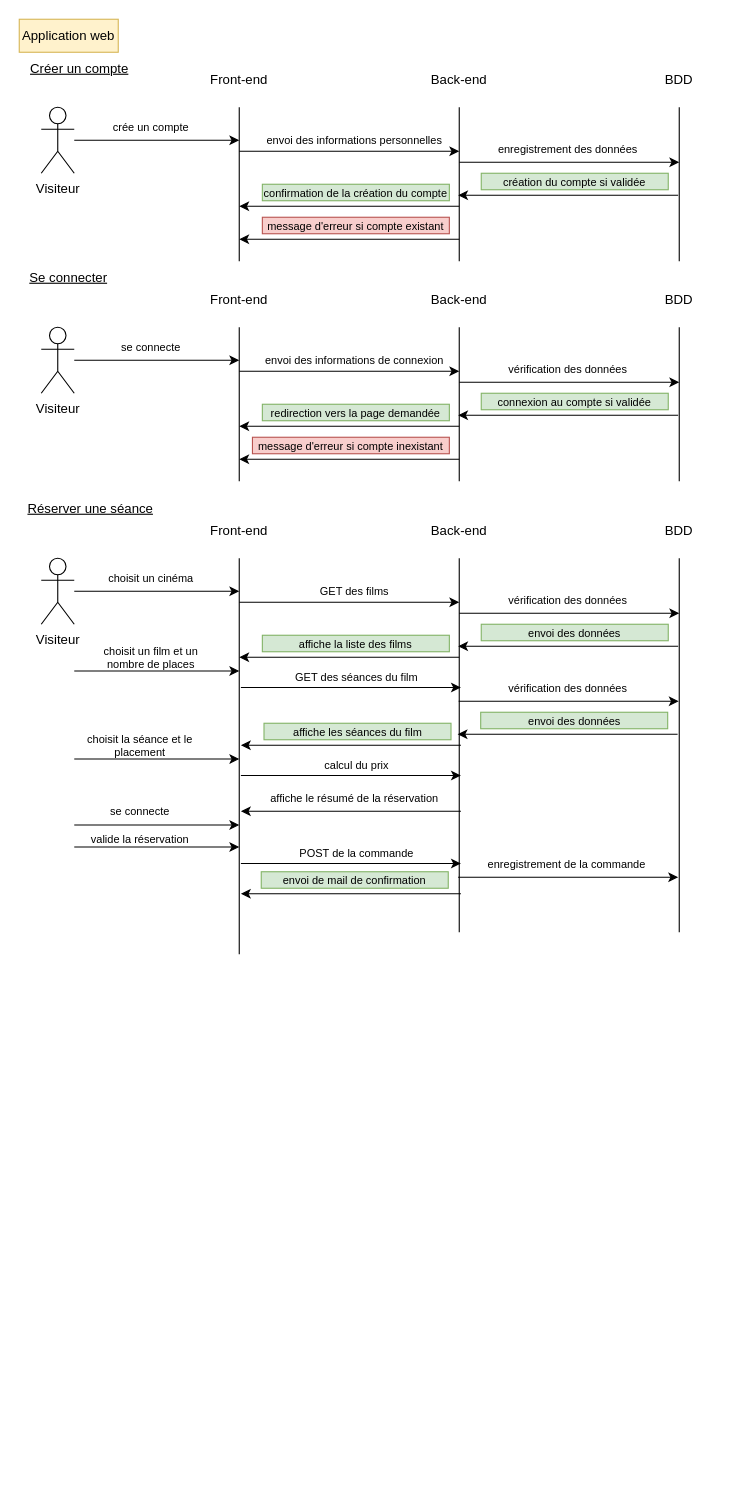
The draw.io diagram sequence_web.drawio in Thifanie/cinephoria, before the edit. Source tidied: cells renumbered, new cells numbered last; positions are measured from the earlier drawing's top-left corner, leaving out a move shared by most shapes. Both pictures are drawn from the tidied source at 110%, with x=0, y=0 at pixel (19, 19).
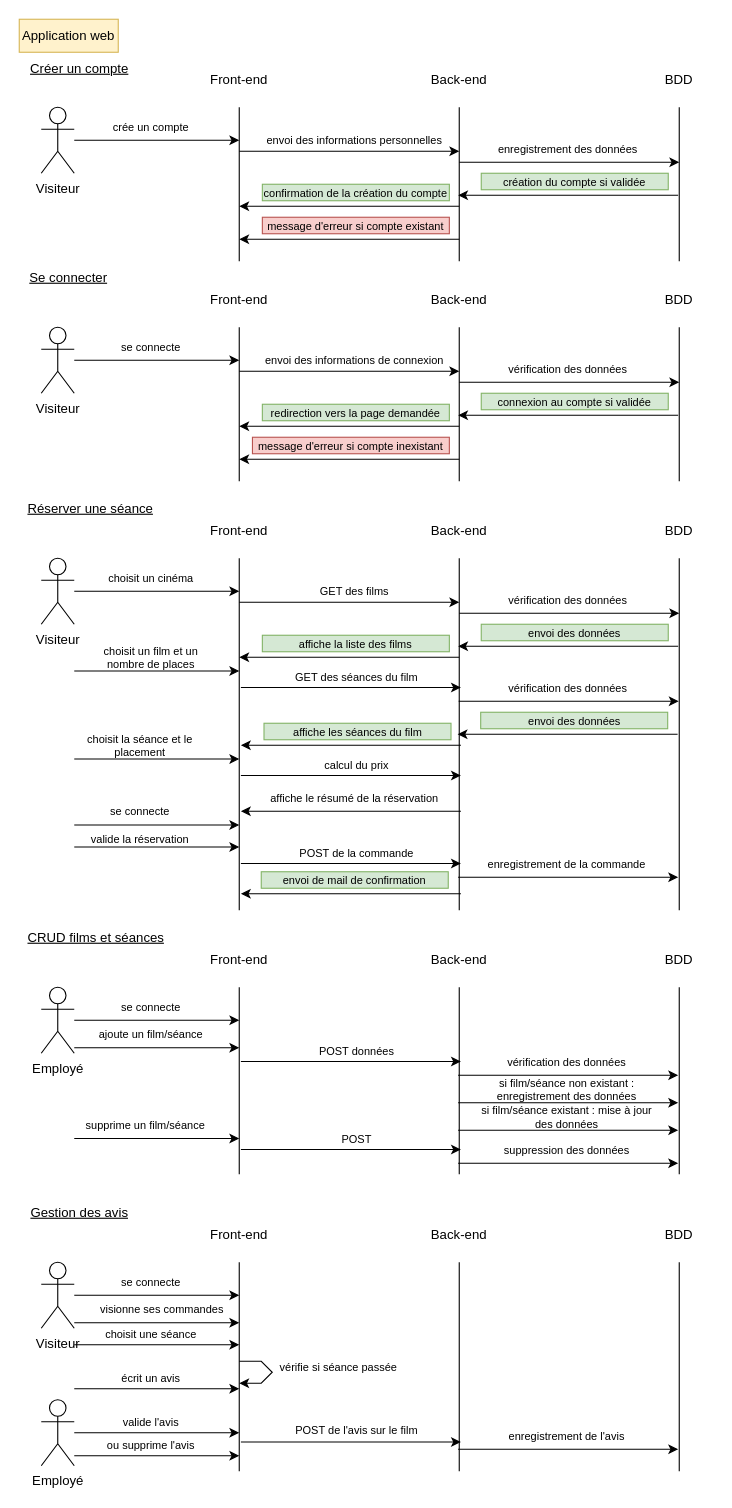
The same diagram, later.

Commit message:
Mettre à jour sequence_web.drawio

Change to the diagram source:
```diff
@@
     <mxCell id="46" style="endArrow=none;html=1;rounded=0;" parent="1" edge="1">
       <mxGeometry relative="1" as="geometry">
-        <mxPoint x="200" y="850" as="sourcePoint" />
+        <mxPoint x="200" y="810" as="sourcePoint" />
         <mxPoint x="200" y="490" as="targetPoint" />
       </mxGeometry>
     </mxCell>
     <mxCell id="47" style="endArrow=none;html=1;rounded=0;" parent="1" edge="1">
       <mxGeometry relative="1" as="geometry">
-        <mxPoint x="400" y="830" as="sourcePoint" />
+        <mxPoint x="400" y="810" as="sourcePoint" />
         <mxPoint x="400" y="490" as="targetPoint" />
       </mxGeometry>
     </mxCell>
     <mxCell id="48" style="endArrow=none;html=1;rounded=0;" parent="1" edge="1">
       <mxGeometry relative="1" as="geometry">
-        <mxPoint x="600" y="830" as="sourcePoint" />
+        <mxPoint x="600" y="810" as="sourcePoint" />
         <mxPoint x="600" y="490" as="targetPoint" />
       </mxGeometry>
     </mxCell>
@@
+    <mxCell id="87" value="CRUD films et séances" style="text;html=1;align=center;verticalAlign=middle;whiteSpace=wrap;rounded=0;fontStyle=4;" parent="1" vertex="1">
+      <mxGeometry y="820" width="140" height="30" as="geometry" />
+    </mxCell>
+    <mxCell id="88" style="edgeStyle=orthogonalEdgeStyle;rounded=0;jettySize=auto;html=1;" parent="1" edge="1" source="89">
+      <mxGeometry relative="1" as="geometry">
+        <mxPoint x="200" y="910" as="targetPoint" />
+      </mxGeometry>
+    </mxCell>
+    <mxCell id="89" value="Employé" style="shape=umlActor;verticalLabelPosition=bottom;verticalAlign=top;html=1;outlineConnect=0;" parent="1" vertex="1">
+      <mxGeometry x="20" y="880" width="30" height="60" as="geometry" />
+    </mxCell>
+    <mxCell id="90" style="endArrow=none;html=1;rounded=0;" parent="1" edge="1">
+      <mxGeometry relative="1" as="geometry">
+        <mxPoint x="200" y="1050" as="sourcePoint" />
+        <mxPoint x="200" y="880" as="targetPoint" />
+      </mxGeometry>
+    </mxCell>
+    <mxCell id="91" style="endArrow=none;html=1;rounded=0;" parent="1" edge="1">
+      <mxGeometry relative="1" as="geometry">
+        <mxPoint x="400" y="1050" as="sourcePoint" />
+        <mxPoint x="400" y="880" as="targetPoint" />
+      </mxGeometry>
+    </mxCell>
+    <mxCell id="92" style="endArrow=none;html=1;rounded=0;" parent="1" edge="1">
+      <mxGeometry relative="1" as="geometry">
+        <mxPoint x="600" y="1050" as="sourcePoint" />
+        <mxPoint x="600" y="880" as="targetPoint" />
+      </mxGeometry>
+    </mxCell>
+    <mxCell id="93" value="Front-end" style="text;html=1;align=center;verticalAlign=middle;whiteSpace=wrap;rounded=0;" parent="1" vertex="1">
+      <mxGeometry x="170" y="840" width="60" height="30" as="geometry" />
+    </mxCell>
+    <mxCell id="94" value="Back-end" style="text;html=1;align=center;verticalAlign=middle;whiteSpace=wrap;rounded=0;" parent="1" vertex="1">
+      <mxGeometry x="370" y="840" width="60" height="30" as="geometry" />
+    </mxCell>
+    <mxCell id="95" value="BDD" style="text;html=1;align=center;verticalAlign=middle;whiteSpace=wrap;rounded=0;" parent="1" vertex="1">
+      <mxGeometry x="570" y="840" width="60" height="30" as="geometry" />
+    </mxCell>
+    <mxCell id="96" value="se connecte" style="text;html=1;align=center;verticalAlign=middle;whiteSpace=wrap;rounded=0;fontSize=10;" parent="1" vertex="1">
+      <mxGeometry x="70" y="892.5" width="100" height="10" as="geometry" />
+    </mxCell>
+    <mxCell id="97" style="endArrow=classic;html=1;rounded=0;" parent="1" edge="1">
+      <mxGeometry relative="1" as="geometry">
+        <mxPoint x="201.5" y="947.5" as="sourcePoint" />
+        <mxPoint x="401.5" y="947.5" as="targetPoint" />
+      </mxGeometry>
+    </mxCell>
+    <mxCell id="98" value="POST données" style="text;html=1;align=center;verticalAlign=middle;whiteSpace=wrap;rounded=0;fontSize=10;" parent="1" vertex="1">
+      <mxGeometry x="221.5" y="930" width="170" height="15" as="geometry" />
+    </mxCell>
+    <mxCell id="99" style="endArrow=classic;html=1;rounded=0;" parent="1" edge="1">
+      <mxGeometry relative="1" as="geometry">
+        <mxPoint x="399" y="960" as="sourcePoint" />
+        <mxPoint x="599" y="960" as="targetPoint" />
+      </mxGeometry>
+    </mxCell>
+    <mxCell id="100" value="vérification des données" style="text;html=1;align=center;verticalAlign=middle;whiteSpace=wrap;rounded=0;fontSize=10;" parent="1" vertex="1">
+      <mxGeometry x="413" y="940" width="170" height="15" as="geometry" />
+    </mxCell>
+    <mxCell id="101" style="edgeStyle=orthogonalEdgeStyle;rounded=0;orthogonalLoop=1;jettySize=auto;html=1;" parent="1" edge="1">
+      <mxGeometry relative="1" as="geometry">
+        <mxPoint x="50" y="935" as="sourcePoint" />
+        <mxPoint x="200" y="935" as="targetPoint" />
+      </mxGeometry>
+    </mxCell>
+    <mxCell id="102" value="ajoute un film/séance" style="text;html=1;align=center;verticalAlign=middle;whiteSpace=wrap;rounded=0;fontSize=10;" parent="1" vertex="1">
+      <mxGeometry x="70" y="917.5" width="100" height="10" as="geometry" />
+    </mxCell>
+    <mxCell id="103" style="endArrow=classic;html=1;rounded=0;" parent="1" edge="1">
+      <mxGeometry relative="1" as="geometry">
+        <mxPoint x="399" y="1010" as="sourcePoint" />
+        <mxPoint x="599" y="1010" as="targetPoint" />
+      </mxGeometry>
+    </mxCell>
+    <mxCell id="104" value="si film/séance existant : mise à jour des données" style="text;html=1;align=center;verticalAlign=middle;whiteSpace=wrap;rounded=0;fontSize=10;" parent="1" vertex="1">
+      <mxGeometry x="413" y="990" width="170" height="15" as="geometry" />
+    </mxCell>
+    <mxCell id="105" style="edgeStyle=orthogonalEdgeStyle;rounded=0;orthogonalLoop=1;jettySize=auto;html=1;" parent="1" edge="1">
+      <mxGeometry relative="1" as="geometry">
+        <mxPoint x="50" y="1017.5" as="sourcePoint" />
+        <mxPoint x="200" y="1017.5" as="targetPoint" />
+      </mxGeometry>
+    </mxCell>
+    <mxCell id="106" value="supprime un film/séance" style="text;html=1;align=center;verticalAlign=middle;whiteSpace=wrap;rounded=0;fontSize=10;" parent="1" vertex="1">
+      <mxGeometry x="50" y="1000" width="130" height="10" as="geometry" />
+    </mxCell>
+    <mxCell id="107" style="endArrow=classic;html=1;rounded=0;" parent="1" edge="1">
+      <mxGeometry relative="1" as="geometry">
+        <mxPoint x="399" y="1040" as="sourcePoint" />
+        <mxPoint x="599" y="1040" as="targetPoint" />
+      </mxGeometry>
+    </mxCell>
+    <mxCell id="108" value="suppression des données" style="text;html=1;align=center;verticalAlign=middle;whiteSpace=wrap;rounded=0;fontSize=10;" parent="1" vertex="1">
+      <mxGeometry x="413" y="1020" width="170" height="15" as="geometry" />
+    </mxCell>
+    <mxCell id="109" style="endArrow=classic;html=1;rounded=0;" parent="1" edge="1">
+      <mxGeometry relative="1" as="geometry">
+        <mxPoint x="399" y="985" as="sourcePoint" />
+        <mxPoint x="599" y="985" as="targetPoint" />
+      </mxGeometry>
+    </mxCell>
+    <mxCell id="110" value="si film/séance non existant : enregistrement des données" style="text;html=1;align=center;verticalAlign=middle;whiteSpace=wrap;rounded=0;fontSize=10;" parent="1" vertex="1">
+      <mxGeometry x="413" y="965" width="170" height="15" as="geometry" />
+    </mxCell>
+    <mxCell id="111" style="endArrow=classic;html=1;rounded=0;" parent="1" edge="1">
+      <mxGeometry relative="1" as="geometry">
+        <mxPoint x="201.5" y="1027.5" as="sourcePoint" />
+        <mxPoint x="401.5" y="1027.5" as="targetPoint" />
+      </mxGeometry>
+    </mxCell>
+    <mxCell id="112" value="POST" style="text;html=1;align=center;verticalAlign=middle;whiteSpace=wrap;rounded=0;fontSize=10;" parent="1" vertex="1">
+      <mxGeometry x="221.5" y="1010" width="170" height="15" as="geometry" />
+    </mxCell>
+    <mxCell id="113" value="Gestion des avis" style="text;html=1;align=center;verticalAlign=middle;whiteSpace=wrap;rounded=0;fontStyle=4;" parent="1" vertex="1">
+      <mxGeometry y="1070" width="110" height="30" as="geometry" />
+    </mxCell>
+    <mxCell id="114" style="edgeStyle=orthogonalEdgeStyle;rounded=0;jettySize=auto;html=1;" parent="1" edge="1" source="115">
+      <mxGeometry relative="1" as="geometry">
+        <mxPoint x="200" y="1160" as="targetPoint" />
+      </mxGeometry>
+    </mxCell>
+    <mxCell id="115" value="Visiteur" style="shape=umlActor;verticalLabelPosition=bottom;verticalAlign=top;html=1;outlineConnect=0;" parent="1" vertex="1">
+      <mxGeometry x="20" y="1130" width="30" height="60" as="geometry" />
+    </mxCell>
+    <mxCell id="116" style="endArrow=none;html=1;rounded=0;" parent="1" edge="1">
+      <mxGeometry relative="1" as="geometry">
+        <mxPoint x="200" y="1320" as="sourcePoint" />
+        <mxPoint x="200" y="1130" as="targetPoint" />
+      </mxGeometry>
+    </mxCell>
+    <mxCell id="117" style="endArrow=none;html=1;rounded=0;" parent="1" edge="1">
+      <mxGeometry relative="1" as="geometry">
+        <mxPoint x="400" y="1320" as="sourcePoint" />
+        <mxPoint x="400" y="1130" as="targetPoint" />
+      </mxGeometry>
+    </mxCell>
+    <mxCell id="118" style="endArrow=none;html=1;rounded=0;" parent="1" edge="1">
+      <mxGeometry relative="1" as="geometry">
+        <mxPoint x="600" y="1320" as="sourcePoint" />
+        <mxPoint x="600" y="1130" as="targetPoint" />
+      </mxGeometry>
+    </mxCell>
+    <mxCell id="119" value="Front-end" style="text;html=1;align=center;verticalAlign=middle;whiteSpace=wrap;rounded=0;" parent="1" vertex="1">
+      <mxGeometry x="170" y="1090" width="60" height="30" as="geometry" />
+    </mxCell>
+    <mxCell id="120" value="Back-end" style="text;html=1;align=center;verticalAlign=middle;whiteSpace=wrap;rounded=0;" parent="1" vertex="1">
+      <mxGeometry x="370" y="1090" width="60" height="30" as="geometry" />
+    </mxCell>
+    <mxCell id="121" value="BDD" style="text;html=1;align=center;verticalAlign=middle;whiteSpace=wrap;rounded=0;" parent="1" vertex="1">
+      <mxGeometry x="570" y="1090" width="60" height="30" as="geometry" />
+    </mxCell>
+    <mxCell id="122" value="se connecte" style="text;html=1;align=center;verticalAlign=middle;whiteSpace=wrap;rounded=0;fontSize=10;" parent="1" vertex="1">
+      <mxGeometry x="70" y="1142.5" width="100" height="10" as="geometry" />
+    </mxCell>
+    <mxCell id="123" style="edgeStyle=orthogonalEdgeStyle;rounded=0;orthogonalLoop=1;jettySize=auto;html=1;" parent="1" edge="1">
+      <mxGeometry relative="1" as="geometry">
+        <mxPoint x="50" y="1185" as="sourcePoint" />
+        <mxPoint x="200" y="1185" as="targetPoint" />
+      </mxGeometry>
+    </mxCell>
+    <mxCell id="124" value="visionne ses commandes" style="text;html=1;align=center;verticalAlign=middle;whiteSpace=wrap;rounded=0;fontSize=10;" parent="1" vertex="1">
+      <mxGeometry x="70" y="1167.5" width="120" height="10" as="geometry" />
+    </mxCell>
+    <mxCell id="125" style="edgeStyle=orthogonalEdgeStyle;rounded=0;orthogonalLoop=1;jettySize=auto;html=1;" parent="1" edge="1">
+      <mxGeometry relative="1" as="geometry">
+        <mxPoint x="50" y="1205" as="sourcePoint" />
+        <mxPoint x="200" y="1205" as="targetPoint" />
+      </mxGeometry>
+    </mxCell>
+    <mxCell id="126" value="choisit une séance" style="text;html=1;align=center;verticalAlign=middle;whiteSpace=wrap;rounded=0;fontSize=10;" parent="1" vertex="1">
+      <mxGeometry x="55" y="1190" width="130" height="10" as="geometry" />
+    </mxCell>
+    <mxCell id="127" style="endArrow=classic;html=1;rounded=0;" parent="1" edge="1">
+      <mxGeometry relative="1" as="geometry">
+        <mxPoint x="399" y="1300" as="sourcePoint" />
+        <mxPoint x="599" y="1300" as="targetPoint" />
+      </mxGeometry>
+    </mxCell>
+    <mxCell id="128" value="enregistrement de l'avis" style="text;html=1;align=center;verticalAlign=middle;whiteSpace=wrap;rounded=0;fontSize=10;" parent="1" vertex="1">
+      <mxGeometry x="413" y="1280" width="170" height="15" as="geometry" />
+    </mxCell>
+    <mxCell id="129" style="endArrow=classic;html=1;rounded=0;" parent="1" edge="1">
+      <mxGeometry relative="1" as="geometry">
+        <mxPoint x="201.5" y="1293.4" as="sourcePoint" />
+        <mxPoint x="401.5" y="1293.4" as="targetPoint" />
+      </mxGeometry>
+    </mxCell>
+    <mxCell id="130" value="POST de l'avis sur le film" style="text;html=1;align=center;verticalAlign=middle;whiteSpace=wrap;rounded=0;fontSize=10;" parent="1" vertex="1">
+      <mxGeometry x="221.5" y="1275.9" width="170" height="15" as="geometry" />
+    </mxCell>
+    <mxCell id="131" style="endArrow=classic;html=1;rounded=0;" parent="1" edge="1">
+      <mxGeometry relative="1" as="geometry">
+        <mxPoint x="200" y="1220" as="sourcePoint" />
+        <mxPoint x="200" y="1240" as="targetPoint" />
+        <Array as="points">
+          <mxPoint x="220" y="1220" />
+          <mxPoint x="230" y="1230" />
+          <mxPoint x="220" y="1240" />
+        </Array>
+      </mxGeometry>
+    </mxCell>
+    <mxCell id="132" value="vérifie si séance passée" style="text;html=1;align=center;verticalAlign=middle;whiteSpace=wrap;rounded=0;fontSize=10;" parent="1" vertex="1">
+      <mxGeometry x="230" y="1220" width="121" height="10" as="geometry" />
+    </mxCell>
+    <mxCell id="133" style="edgeStyle=orthogonalEdgeStyle;rounded=0;orthogonalLoop=1;jettySize=auto;html=1;" parent="1" edge="1">
+      <mxGeometry relative="1" as="geometry">
+        <mxPoint x="50" y="1245" as="sourcePoint" />
+        <mxPoint x="200" y="1245" as="targetPoint" />
+      </mxGeometry>
+    </mxCell>
+    <mxCell id="134" value="écrit un avis" style="text;html=1;align=center;verticalAlign=middle;whiteSpace=wrap;rounded=0;fontSize=10;" parent="1" vertex="1">
+      <mxGeometry x="55" y="1230" width="130" height="10" as="geometry" />
+    </mxCell>
+    <mxCell id="135" value="Employé" style="shape=umlActor;verticalLabelPosition=bottom;verticalAlign=top;html=1;" parent="1" vertex="1">
+      <mxGeometry x="20" y="1255" width="30" height="60" as="geometry" />
+    </mxCell>
+    <mxCell id="136" style="edgeStyle=orthogonalEdgeStyle;rounded=0;orthogonalLoop=1;jettySize=auto;html=1;" parent="1" edge="1">
+      <mxGeometry relative="1" as="geometry">
+        <mxPoint x="50" y="1285" as="sourcePoint" />
+        <mxPoint x="200" y="1285" as="targetPoint" />
+      </mxGeometry>
+    </mxCell>
+    <mxCell id="137" value="valide l'avis" style="text;html=1;align=center;verticalAlign=middle;whiteSpace=wrap;rounded=0;fontSize=10;" parent="1" vertex="1">
+      <mxGeometry x="55" y="1270" width="130" height="10" as="geometry" />
+    </mxCell>
+    <mxCell id="138" style="edgeStyle=orthogonalEdgeStyle;rounded=0;orthogonalLoop=1;jettySize=auto;html=1;" parent="1" edge="1">
+      <mxGeometry relative="1" as="geometry">
+        <mxPoint x="50" y="1305.9" as="sourcePoint" />
+        <mxPoint x="200" y="1305.9" as="targetPoint" />
+      </mxGeometry>
+    </mxCell>
+    <mxCell id="139" value="ou supprime l'avis" style="text;html=1;align=center;verticalAlign=middle;whiteSpace=wrap;rounded=0;fontSize=10;" parent="1" vertex="1">
+      <mxGeometry x="55" y="1290.9" width="130" height="10" as="geometry" />
+    </mxCell>
```
